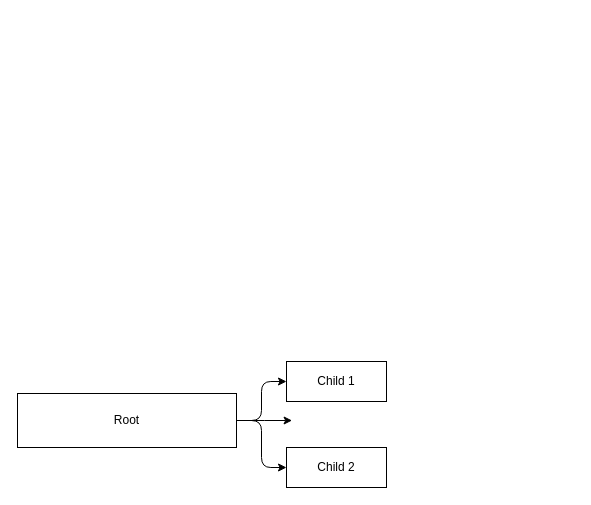
fsdeny/HealthApp keeps this draw.io diagram as page "第 3 页" (3 of 3) of 未命名绘图.drawio. Above is the earlier version. Source tidied: cells renumbered, new cells numbered last; positions are measured from the earlier drawing's top-left corner, leaving out a move shared by most shapes. Both pictures are drawn from the tidied source at 100%, with x=0, y=0 at pixel (17, 361).
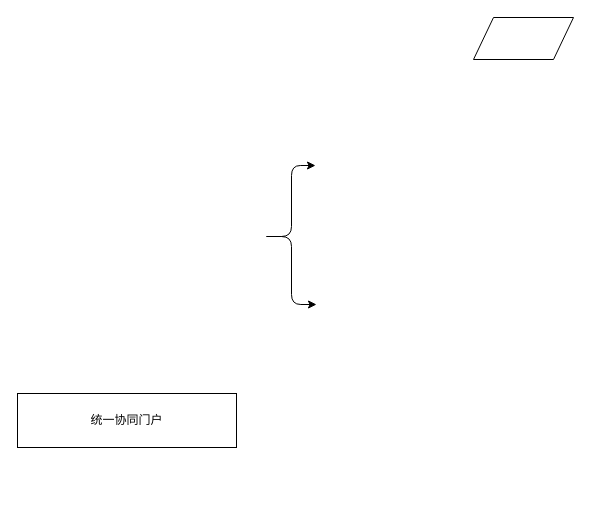
The same diagram, later.

Commit message:
已添加 未命名绘图.drawio

Diff of the diagram source:
```diff
@@
 <mxGraphModel>
   <root>
     <mxCell id="0" />
     <mxCell id="1" parent="0" />
-    <mxCell id="2" style="edgeStyle=orthogonalEdgeStyle;rounded=0;jettySize=auto;html=1;" parent="1" edge="1" source="3">
-      <mxGeometry relative="1" as="geometry">
-        <mxPoint x="274.6" y="59" as="targetPoint" />
-      </mxGeometry>
-    </mxCell>
-    <mxCell id="3" value="Root" style="whiteSpace=wrap;html=1;" parent="1" vertex="1">
+    <mxCell id="3" value="统一协同门户" style="whiteSpace=wrap;html=1;" parent="1" vertex="1">
       <mxGeometry y="32" width="219" height="54" as="geometry" />
     </mxCell>
-    <mxCell id="4" value="Child 1" style="whiteSpace=wrap;html=1;" parent="1" vertex="1">
-      <mxGeometry x="269" width="100" height="40" as="geometry" />
-    </mxCell>
-    <mxCell id="5" style="edgeStyle=elbowEdgeStyle;elbow=horizontal;html=1;rounded=1;curved=0;sourcePerimeterSpacing=0;targetPerimeterSpacing=0;startSize=6;endSize=6;" parent="1" edge="1" source="3" target="4">
-      <mxGeometry relative="1" as="geometry" />
-    </mxCell>
-    <mxCell id="6" value="Child 2" style="whiteSpace=wrap;html=1;" parent="1" vertex="1">
-      <mxGeometry x="269" y="86" width="100" height="40" as="geometry" />
-    </mxCell>
-    <mxCell id="7" style="edgeStyle=elbowEdgeStyle;elbow=horizontal;html=1;rounded=1;curved=0;sourcePerimeterSpacing=0;targetPerimeterSpacing=0;startSize=6;endSize=6;" parent="1" edge="1" source="3" target="6">
-      <mxGeometry relative="1" as="geometry" />
-    </mxCell>
+    <mxCell id="8" style="shape=parallelogram;perimeter=parallelogramPerimeter;whiteSpace=wrap;html=1;fixedSize=1;" parent="1" vertex="1">
+      <mxGeometry x="456" y="-344" width="100" height="42" as="geometry" />
+    </mxCell>
+    <mxCell id="9" style="edgeStyle=elbowEdgeStyle;elbow=horizontal;html=1;rounded=1;curved=0;sourcePerimeterSpacing=0;targetPerimeterSpacing=0;startSize=6;endSize=6;" parent="1" edge="1">
+      <mxGeometry relative="1" as="geometry">
+        <mxPoint x="249" y="-125" as="sourcePoint" />
+        <mxPoint x="298" y="-196" as="targetPoint" />
+        <Array as="points">
+          <mxPoint x="274" y="-177" />
+        </Array>
+      </mxGeometry>
+    </mxCell>
+    <mxCell id="10" style="edgeStyle=elbowEdgeStyle;elbow=horizontal;html=1;rounded=1;curved=0;sourcePerimeterSpacing=0;targetPerimeterSpacing=0;startSize=6;endSize=6;" parent="1" edge="1">
+      <mxGeometry relative="1" as="geometry">
+        <mxPoint x="249" y="-125" as="sourcePoint" />
+        <mxPoint x="299" y="-57" as="targetPoint" />
+      </mxGeometry>
+    </mxCell>
   </root>
 </mxGraphModel>
```
